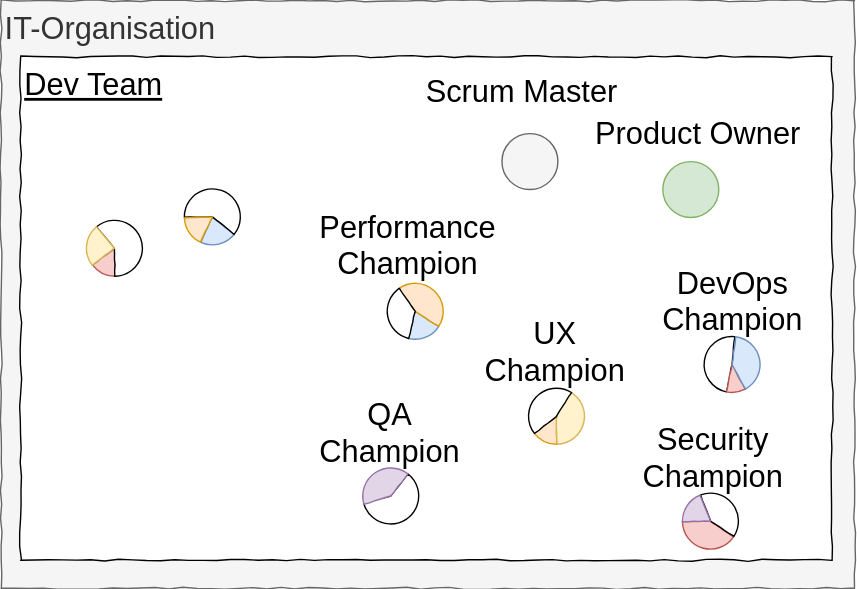
iteratec/techcamp-devops-slides keeps this draw.io diagram as img/diagram_42.svg. Above is the earlier version. Source tidied: cells renumbered, new cells last; positions are measured from the earlier drawing's top-left corner, leaving out a move shared by most shapes. Source of this version:
```xml
<mxGraphModel>
  <root>
    <mxCell id="0" />
    <mxCell id="1" parent="0" />
    <mxCell id="2" value="IT-Organisation" style="rounded=0;whiteSpace=wrap;html=1;comic=1;fontSize=22;align=left;verticalAlign=top;fillColor=#f5f5f5;strokeColor=#666666;fontColor=#333333;" parent="1" vertex="1">
      <mxGeometry width="610" height="420" as="geometry" />
    </mxCell>
    <mxCell id="3" value="Dev Team" style="rounded=0;whiteSpace=wrap;html=1;comic=1;fontSize=22;align=left;verticalAlign=top;fontStyle=4;" parent="1" vertex="1">
      <mxGeometry x="14" y="40" width="580" height="360" as="geometry" />
    </mxCell>
    <mxCell id="4" style="ellipse;whiteSpace=wrap;html=1;rounded=0;shadow=0;glass=0;comic=1;strokeColor=#666666;strokeWidth=1;fillColor=#f5f5f5;fontSize=22;align=left;fontColor=#333333;" parent="1" vertex="1">
      <mxGeometry x="358" y="95" width="40" height="40" as="geometry" />
    </mxCell>
    <mxCell id="5" style="ellipse;whiteSpace=wrap;html=1;rounded=0;shadow=0;glass=0;comic=1;strokeColor=#82b366;strokeWidth=1;fillColor=#d5e8d4;fontSize=22;align=left;" parent="1" vertex="1">
      <mxGeometry x="473" y="115" width="40" height="40" as="geometry" />
    </mxCell>
    <mxCell id="6" value="Scrum Master" style="text;html=1;align=left;verticalAlign=top;spacingTop=-4;fontSize=22;" parent="1" vertex="1">
      <mxGeometry x="301.5" y="50" width="150" height="30" as="geometry" />
    </mxCell>
    <mxCell id="7" value="Product Owner" style="text;html=1;align=left;verticalAlign=top;spacingTop=-4;fontSize=22;" parent="1" vertex="1">
      <mxGeometry x="423" y="80" width="160" height="30" as="geometry" />
    </mxCell>
    <mxCell id="8" style="verticalLabelPosition=bottom;verticalAlign=top;html=1;shape=mxgraph.basic.pie;startAngle=0.5;endAngle=0.6496054410100788;rounded=0;shadow=0;glass=0;comic=1;strokeColor=#b85450;strokeWidth=1;fillColor=#f8cecc;fontSize=22;align=left;" parent="1" vertex="1">
      <mxGeometry x="61.5" y="157" width="40" height="40" as="geometry" />
    </mxCell>
    <mxCell id="9" style="verticalLabelPosition=bottom;verticalAlign=top;html=1;shape=mxgraph.basic.pie;startAngle=0.1396324920223451;endAngle=0.7468173254495136;rounded=0;shadow=0;glass=0;comic=1;strokeColor=#000000;strokeWidth=1;fillColor=#ffffff;gradientColor=#ffffff;fontSize=22;align=left;rotation=-90;" parent="1" vertex="1">
      <mxGeometry x="61" y="157" width="40" height="40" as="geometry" />
    </mxCell>
    <mxCell id="10" style="verticalLabelPosition=bottom;verticalAlign=top;html=1;shape=mxgraph.basic.pie;startAngle=0.14637792145004605;endAngle=0.3896324920223451;rounded=0;shadow=0;glass=0;comic=1;strokeColor=#d6b656;strokeWidth=1;fillColor=#fff2cc;fontSize=22;align=left;rotation=-180;" parent="1" vertex="1">
      <mxGeometry x="61" y="157" width="40" height="40" as="geometry" />
    </mxCell>
    <mxCell id="11" style="verticalLabelPosition=bottom;verticalAlign=top;html=1;shape=mxgraph.basic.pie;startAngle=0.3585235363196673;endAngle=0.5672992925498727;rounded=0;shadow=0;glass=0;comic=1;strokeColor=#6c8ebf;strokeWidth=1;fillColor=#dae8fc;fontSize=22;align=left;" parent="1" vertex="1">
      <mxGeometry x="131" y="134.5" width="40" height="40" as="geometry" />
    </mxCell>
    <mxCell id="12" style="verticalLabelPosition=bottom;verticalAlign=top;html=1;shape=mxgraph.basic.pie;startAngle=0.9984085036175459;endAngle=0.6078912138079359;rounded=0;shadow=0;glass=0;comic=1;strokeColor=#000000;strokeWidth=1;fillColor=#ffffff;gradientColor=#ffffff;fontSize=22;align=left;rotation=-90;" parent="1" vertex="1">
      <mxGeometry x="131" y="134.5" width="40" height="40" as="geometry" />
    </mxCell>
    <mxCell id="13" style="verticalLabelPosition=bottom;verticalAlign=top;html=1;shape=mxgraph.basic.pie;startAngle=0.06992645701258379;endAngle=0.24344062594951216;rounded=0;shadow=0;glass=0;comic=1;strokeColor=#d79b00;strokeWidth=1;fillColor=#ffe6cc;fontSize=22;align=left;rotation=-180;" parent="1" vertex="1">
      <mxGeometry x="131" y="134.5" width="40" height="40" as="geometry" />
    </mxCell>
    <mxCell id="14" style="verticalLabelPosition=bottom;verticalAlign=top;html=1;shape=mxgraph.basic.pie;startAngle=0.3563042112927343;endAngle=0.9580289579934987;rounded=0;shadow=0;glass=0;comic=1;strokeColor=#000000;strokeWidth=1;fillColor=#ffffff;gradientColor=#ffffff;fontSize=22;align=left;rotation=-90;" parent="1" vertex="1">
      <mxGeometry x="258.5" y="334" width="40" height="40" as="geometry" />
    </mxCell>
    <mxCell id="15" style="verticalLabelPosition=bottom;verticalAlign=top;html=1;shape=mxgraph.basic.pie;startAngle=0.2021571216913015;endAngle=0.6045423715417149;rounded=0;shadow=0;glass=0;comic=1;strokeColor=#9673a6;strokeWidth=1;fillColor=#e1d5e7;fontSize=22;align=left;rotation=-180;" parent="1" vertex="1">
      <mxGeometry x="258.5" y="334" width="40" height="40" as="geometry" />
    </mxCell>
    <mxCell id="16" style="verticalLabelPosition=bottom;verticalAlign=top;html=1;shape=mxgraph.basic.pie;startAngle=0.34504361703454833;endAngle=0.7468173254495136;rounded=0;shadow=0;glass=0;comic=1;strokeColor=#b85450;strokeWidth=1;fillColor=#f8cecc;fontSize=22;align=left;" parent="1" vertex="1">
      <mxGeometry x="487" y="352" width="40" height="40" as="geometry" />
    </mxCell>
    <mxCell id="17" style="verticalLabelPosition=bottom;verticalAlign=top;html=1;shape=mxgraph.basic.pie;startAngle=0.19359868413899878;endAngle=0.5917329654327684;rounded=0;shadow=0;glass=0;comic=1;strokeColor=#000000;strokeWidth=1;fillColor=#ffffff;gradientColor=#ffffff;fontSize=22;align=left;rotation=-90;" parent="1" vertex="1">
      <mxGeometry x="487" y="352" width="40" height="40" as="geometry" />
    </mxCell>
    <mxCell id="18" style="verticalLabelPosition=bottom;verticalAlign=top;html=1;shape=mxgraph.basic.pie;startAngle=0.2468173254495136;endAngle=0.4380732523341831;rounded=0;shadow=0;glass=0;comic=1;strokeColor=#9673a6;strokeWidth=1;fillColor=#e1d5e7;fontSize=22;align=left;rotation=-180;" parent="1" vertex="1">
      <mxGeometry x="487" y="352" width="40" height="40" as="geometry" />
    </mxCell>
    <mxCell id="19" style="verticalLabelPosition=bottom;verticalAlign=top;html=1;shape=mxgraph.basic.pie;startAngle=0.5324704699317755;endAngle=0.014285457105234005;rounded=0;shadow=0;glass=0;comic=1;strokeColor=#000000;strokeWidth=1;fillColor=#ffffff;gradientColor=#ffffff;fontSize=22;align=left;" parent="1" vertex="1">
      <mxGeometry x="502.5" y="240" width="40" height="40" as="geometry" />
    </mxCell>
    <mxCell id="20" style="verticalLabelPosition=bottom;verticalAlign=top;html=1;shape=mxgraph.basic.pie;startAngle=0.6729605819305962;endAngle=0.7824704699317755;rounded=0;shadow=0;glass=0;comic=1;strokeColor=#b85450;strokeWidth=1;fillColor=#f8cecc;fontSize=22;align=left;rotation=-90;" parent="1" vertex="1">
      <mxGeometry x="502.5" y="240" width="40" height="40" as="geometry" />
    </mxCell>
    <mxCell id="21" style="verticalLabelPosition=bottom;verticalAlign=top;html=1;shape=mxgraph.basic.pie;startAngle=0.5205747559124867;endAngle=0.9211970936297817;rounded=0;shadow=0;glass=0;comic=1;strokeColor=#6c8ebf;strokeWidth=1;fillColor=#dae8fc;fontSize=22;align=left;rotation=-180;" parent="1" vertex="1">
      <mxGeometry x="502.5" y="240" width="40" height="40" as="geometry" />
    </mxCell>
    <mxCell id="22" style="verticalLabelPosition=bottom;verticalAlign=top;html=1;shape=mxgraph.basic.pie;startAngle=0.5;endAngle=0.6470651994738623;rounded=0;shadow=0;glass=0;comic=1;strokeColor=#d79b00;strokeWidth=1;fillColor=#ffe6cc;fontSize=22;align=left;" parent="1" vertex="1">
      <mxGeometry x="377" y="277" width="40" height="40" as="geometry" />
    </mxCell>
    <mxCell id="23" style="verticalLabelPosition=bottom;verticalAlign=top;html=1;shape=mxgraph.basic.pie;startAngle=0.3222688415021494;endAngle=0.7468173254495136;rounded=0;shadow=0;glass=0;comic=1;strokeColor=#d6b656;strokeWidth=1;fillColor=#fff2cc;fontSize=22;align=left;rotation=-90;" parent="1" vertex="1">
      <mxGeometry x="377" y="277" width="40" height="40" as="geometry" />
    </mxCell>
    <mxCell id="24" style="verticalLabelPosition=bottom;verticalAlign=top;html=1;shape=mxgraph.basic.pie;startAngle=0.1445715809024097;endAngle=0.5889038422446764;rounded=0;shadow=0;glass=0;comic=1;strokeColor=#000000;strokeWidth=1;fillColor=#ffffff;gradientColor=#ffffff;fontSize=22;align=left;rotation=-180;" parent="1" vertex="1">
      <mxGeometry x="377" y="277" width="40" height="40" as="geometry" />
    </mxCell>
    <mxCell id="25" style="verticalLabelPosition=bottom;verticalAlign=top;html=1;shape=mxgraph.basic.pie;startAngle=0.34167527970021233;endAngle=0.5419710420065014;rounded=0;shadow=0;glass=0;comic=1;strokeColor=#6c8ebf;strokeWidth=1;fillColor=#dae8fc;fontSize=22;align=left;" parent="1" vertex="1">
      <mxGeometry x="276" y="202" width="40" height="40" as="geometry" />
    </mxCell>
    <mxCell id="26" style="verticalLabelPosition=bottom;verticalAlign=top;html=1;shape=mxgraph.basic.pie;startAngle=0.14510256118324447;endAngle=0.5911426855501892;rounded=0;shadow=0;glass=0;comic=1;strokeColor=#d79b00;strokeWidth=1;fillColor=#ffe6cc;fontSize=22;align=left;rotation=-90;" parent="1" vertex="1">
      <mxGeometry x="276" y="202" width="40" height="40" as="geometry" />
    </mxCell>
    <mxCell id="27" style="verticalLabelPosition=bottom;verticalAlign=top;html=1;shape=mxgraph.basic.pie;startAngle=0.03748814800221059;endAngle=0.4031240879316606;rounded=0;shadow=0;glass=0;comic=1;strokeWidth=1;fontSize=22;align=left;rotation=-180;" parent="1" vertex="1">
      <mxGeometry x="276" y="202" width="40" height="40" as="geometry" />
    </mxCell>
    <mxCell id="28" value="&lt;div&gt;Performance&lt;/div&gt;&lt;div align=&quot;center&quot;&gt;Champion&lt;br&gt;&lt;/div&gt;" style="text;html=1;align=center;verticalAlign=top;spacingTop=-4;fontSize=22;" parent="1" vertex="1">
      <mxGeometry x="220" y="147" width="140" height="50" as="geometry" />
    </mxCell>
    <mxCell id="29" value="&lt;div&gt;UX&lt;/div&gt;&lt;div&gt;Champion&lt;/div&gt;" style="text;html=1;align=center;verticalAlign=top;spacingTop=-4;fontSize=22;" parent="1" vertex="1">
      <mxGeometry x="341" y="223" width="110" height="50" as="geometry" />
    </mxCell>
    <mxCell id="30" value="&lt;div&gt;DevOps&lt;/div&gt;&lt;div&gt;Champion&lt;br&gt;&lt;/div&gt;" style="text;html=1;align=center;verticalAlign=top;spacingTop=-4;fontSize=22;" parent="1" vertex="1">
      <mxGeometry x="468" y="187" width="110" height="50" as="geometry" />
    </mxCell>
    <mxCell id="31" value="&lt;div&gt;Security&lt;/div&gt;&lt;div&gt;Champion&lt;br&gt;&lt;/div&gt;" style="text;html=1;align=center;verticalAlign=top;spacingTop=-4;fontSize=22;" parent="1" vertex="1">
      <mxGeometry x="453.5" y="298.5" width="110" height="50" as="geometry" />
    </mxCell>
    <mxCell id="32" value="&lt;div&gt;QA&lt;/div&gt;&lt;div&gt;Champion&lt;br&gt;&lt;/div&gt;" style="text;html=1;align=center;verticalAlign=top;spacingTop=-4;fontSize=22;" parent="1" vertex="1">
      <mxGeometry x="222.5" y="280.5" width="110" height="50" as="geometry" />
    </mxCell>
  </root>
</mxGraphModel>
```
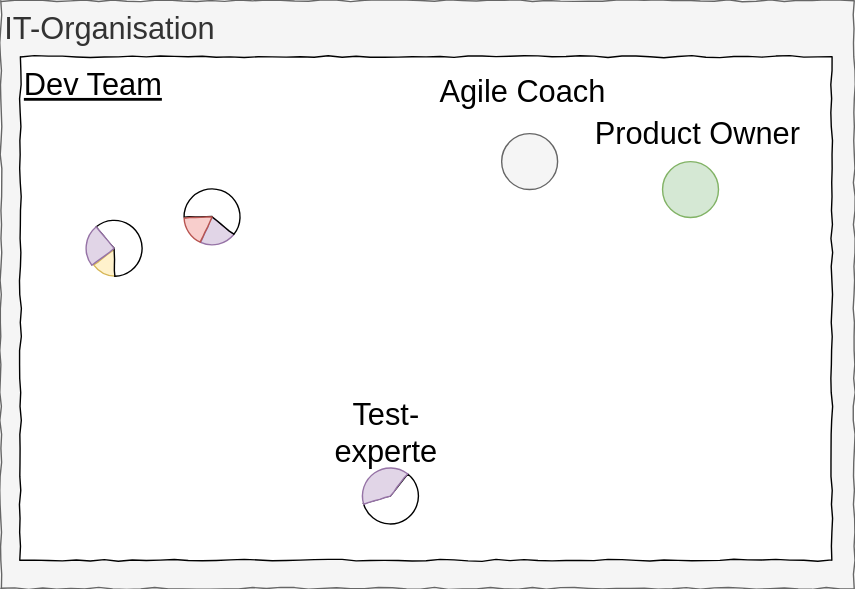
After the commit.

What changed in the source:
```diff
@@ -14,28 +14,28 @@
     <mxCell id="5" style="ellipse;whiteSpace=wrap;html=1;rounded=0;shadow=0;glass=0;comic=1;strokeColor=#82b366;strokeWidth=1;fillColor=#d5e8d4;fontSize=22;align=left;" parent="1" vertex="1">
       <mxGeometry x="473" y="115" width="40" height="40" as="geometry" />
     </mxCell>
-    <mxCell id="6" value="Scrum Master" style="text;html=1;align=left;verticalAlign=top;spacingTop=-4;fontSize=22;" parent="1" vertex="1">
-      <mxGeometry x="301.5" y="50" width="150" height="30" as="geometry" />
+    <mxCell id="6" value="Agile Coach" style="text;html=1;align=left;verticalAlign=top;spacingTop=-4;fontSize=22;" parent="1" vertex="1">
+      <mxGeometry x="311.5" y="50" width="130" height="30" as="geometry" />
     </mxCell>
     <mxCell id="7" value="Product Owner" style="text;html=1;align=left;verticalAlign=top;spacingTop=-4;fontSize=22;" parent="1" vertex="1">
       <mxGeometry x="423" y="80" width="160" height="30" as="geometry" />
     </mxCell>
-    <mxCell id="8" style="verticalLabelPosition=bottom;verticalAlign=top;html=1;shape=mxgraph.basic.pie;startAngle=0.5;endAngle=0.6496054410100788;rounded=0;shadow=0;glass=0;comic=1;strokeColor=#b85450;strokeWidth=1;fillColor=#f8cecc;fontSize=22;align=left;" parent="1" vertex="1">
-      <mxGeometry x="61.5" y="157" width="40" height="40" as="geometry" />
+    <mxCell id="8" style="verticalLabelPosition=bottom;verticalAlign=top;html=1;shape=mxgraph.basic.pie;startAngle=0.5;endAngle=0.6496054410100788;rounded=0;shadow=0;glass=0;comic=1;strokeColor=#d6b656;strokeWidth=1;fillColor=#fff2cc;fontSize=22;align=left;" parent="1" vertex="1">
+      <mxGeometry x="62.5" y="157" width="40" height="40" as="geometry" />
     </mxCell>
     <mxCell id="9" style="verticalLabelPosition=bottom;verticalAlign=top;html=1;shape=mxgraph.basic.pie;startAngle=0.1396324920223451;endAngle=0.7468173254495136;rounded=0;shadow=0;glass=0;comic=1;strokeColor=#000000;strokeWidth=1;fillColor=#ffffff;gradientColor=#ffffff;fontSize=22;align=left;rotation=-90;" parent="1" vertex="1">
       <mxGeometry x="61" y="157" width="40" height="40" as="geometry" />
     </mxCell>
-    <mxCell id="10" style="verticalLabelPosition=bottom;verticalAlign=top;html=1;shape=mxgraph.basic.pie;startAngle=0.14637792145004605;endAngle=0.3896324920223451;rounded=0;shadow=0;glass=0;comic=1;strokeColor=#d6b656;strokeWidth=1;fillColor=#fff2cc;fontSize=22;align=left;rotation=-180;" parent="1" vertex="1">
+    <mxCell id="10" style="verticalLabelPosition=bottom;verticalAlign=top;html=1;shape=mxgraph.basic.pie;startAngle=0.14637792145004605;endAngle=0.3896324920223451;rounded=0;shadow=0;glass=0;comic=1;strokeColor=#9673a6;strokeWidth=1;fillColor=#e1d5e7;fontSize=22;align=left;rotation=-180;" parent="1" vertex="1">
       <mxGeometry x="61" y="157" width="40" height="40" as="geometry" />
     </mxCell>
-    <mxCell id="11" style="verticalLabelPosition=bottom;verticalAlign=top;html=1;shape=mxgraph.basic.pie;startAngle=0.3585235363196673;endAngle=0.5672992925498727;rounded=0;shadow=0;glass=0;comic=1;strokeColor=#6c8ebf;strokeWidth=1;fillColor=#dae8fc;fontSize=22;align=left;" parent="1" vertex="1">
+    <mxCell id="11" style="verticalLabelPosition=bottom;verticalAlign=top;html=1;shape=mxgraph.basic.pie;startAngle=0.3585235363196673;endAngle=0.5672992925498727;rounded=0;shadow=0;glass=0;comic=1;strokeColor=#9673a6;strokeWidth=1;fillColor=#e1d5e7;fontSize=22;align=left;" parent="1" vertex="1">
       <mxGeometry x="131" y="134.5" width="40" height="40" as="geometry" />
     </mxCell>
     <mxCell id="12" style="verticalLabelPosition=bottom;verticalAlign=top;html=1;shape=mxgraph.basic.pie;startAngle=0.9984085036175459;endAngle=0.6078912138079359;rounded=0;shadow=0;glass=0;comic=1;strokeColor=#000000;strokeWidth=1;fillColor=#ffffff;gradientColor=#ffffff;fontSize=22;align=left;rotation=-90;" parent="1" vertex="1">
       <mxGeometry x="131" y="134.5" width="40" height="40" as="geometry" />
     </mxCell>
-    <mxCell id="13" style="verticalLabelPosition=bottom;verticalAlign=top;html=1;shape=mxgraph.basic.pie;startAngle=0.06992645701258379;endAngle=0.24344062594951216;rounded=0;shadow=0;glass=0;comic=1;strokeColor=#d79b00;strokeWidth=1;fillColor=#ffe6cc;fontSize=22;align=left;rotation=-180;" parent="1" vertex="1">
+    <mxCell id="13" style="verticalLabelPosition=bottom;verticalAlign=top;html=1;shape=mxgraph.basic.pie;startAngle=0.06992645701258379;endAngle=0.24344062594951216;rounded=0;shadow=0;glass=0;comic=1;strokeColor=#b85450;strokeWidth=1;fillColor=#f8cecc;fontSize=22;align=left;rotation=-180;" parent="1" vertex="1">
       <mxGeometry x="131" y="134.5" width="40" height="40" as="geometry" />
     </mxCell>
     <mxCell id="14" style="verticalLabelPosition=bottom;verticalAlign=top;html=1;shape=mxgraph.basic.pie;startAngle=0.3563042112927343;endAngle=0.9580289579934987;rounded=0;shadow=0;glass=0;comic=1;strokeColor=#000000;strokeWidth=1;fillColor=#ffffff;gradientColor=#ffffff;fontSize=22;align=left;rotation=-90;" parent="1" vertex="1">
@@ -44,56 +44,8 @@
     <mxCell id="15" style="verticalLabelPosition=bottom;verticalAlign=top;html=1;shape=mxgraph.basic.pie;startAngle=0.2021571216913015;endAngle=0.6045423715417149;rounded=0;shadow=0;glass=0;comic=1;strokeColor=#9673a6;strokeWidth=1;fillColor=#e1d5e7;fontSize=22;align=left;rotation=-180;" parent="1" vertex="1">
       <mxGeometry x="258.5" y="334" width="40" height="40" as="geometry" />
     </mxCell>
-    <mxCell id="16" style="verticalLabelPosition=bottom;verticalAlign=top;html=1;shape=mxgraph.basic.pie;startAngle=0.34504361703454833;endAngle=0.7468173254495136;rounded=0;shadow=0;glass=0;comic=1;strokeColor=#b85450;strokeWidth=1;fillColor=#f8cecc;fontSize=22;align=left;" parent="1" vertex="1">
-      <mxGeometry x="487" y="352" width="40" height="40" as="geometry" />
+    <mxCell id="16" value="&lt;div&gt;Test-&lt;/div&gt;&lt;div&gt;experte&lt;br&gt;&lt;/div&gt;" style="text;html=1;align=center;verticalAlign=top;spacingTop=-4;fontSize=22;" parent="1" vertex="1">
+      <mxGeometry x="229.5" y="280.5" width="90" height="50" as="geometry" />
     </mxCell>
-    <mxCell id="17" style="verticalLabelPosition=bottom;verticalAlign=top;html=1;shape=mxgraph.basic.pie;startAngle=0.19359868413899878;endAngle=0.5917329654327684;rounded=0;shadow=0;glass=0;comic=1;strokeColor=#000000;strokeWidth=1;fillColor=#ffffff;gradientColor=#ffffff;fontSize=22;align=left;rotation=-90;" parent="1" vertex="1">
-      <mxGeometry x="487" y="352" width="40" height="40" as="geometry" />
-    </mxCell>
-    <mxCell id="18" style="verticalLabelPosition=bottom;verticalAlign=top;html=1;shape=mxgraph.basic.pie;startAngle=0.2468173254495136;endAngle=0.4380732523341831;rounded=0;shadow=0;glass=0;comic=1;strokeColor=#9673a6;strokeWidth=1;fillColor=#e1d5e7;fontSize=22;align=left;rotation=-180;" parent="1" vertex="1">
-      <mxGeometry x="487" y="352" width="40" height="40" as="geometry" />
-    </mxCell>
-    <mxCell id="19" style="verticalLabelPosition=bottom;verticalAlign=top;html=1;shape=mxgraph.basic.pie;startAngle=0.5324704699317755;endAngle=0.014285457105234005;rounded=0;shadow=0;glass=0;comic=1;strokeColor=#000000;strokeWidth=1;fillColor=#ffffff;gradientColor=#ffffff;fontSize=22;align=left;" parent="1" vertex="1">
-      <mxGeometry x="502.5" y="240" width="40" height="40" as="geometry" />
-    </mxCell>
-    <mxCell id="20" style="verticalLabelPosition=bottom;verticalAlign=top;html=1;shape=mxgraph.basic.pie;startAngle=0.6729605819305962;endAngle=0.7824704699317755;rounded=0;shadow=0;glass=0;comic=1;strokeColor=#b85450;strokeWidth=1;fillColor=#f8cecc;fontSize=22;align=left;rotation=-90;" parent="1" vertex="1">
-      <mxGeometry x="502.5" y="240" width="40" height="40" as="geometry" />
-    </mxCell>
-    <mxCell id="21" style="verticalLabelPosition=bottom;verticalAlign=top;html=1;shape=mxgraph.basic.pie;startAngle=0.5205747559124867;endAngle=0.9211970936297817;rounded=0;shadow=0;glass=0;comic=1;strokeColor=#6c8ebf;strokeWidth=1;fillColor=#dae8fc;fontSize=22;align=left;rotation=-180;" parent="1" vertex="1">
-      <mxGeometry x="502.5" y="240" width="40" height="40" as="geometry" />
-    </mxCell>
-    <mxCell id="22" style="verticalLabelPosition=bottom;verticalAlign=top;html=1;shape=mxgraph.basic.pie;startAngle=0.5;endAngle=0.6470651994738623;rounded=0;shadow=0;glass=0;comic=1;strokeColor=#d79b00;strokeWidth=1;fillColor=#ffe6cc;fontSize=22;align=left;" parent="1" vertex="1">
-      <mxGeometry x="377" y="277" width="40" height="40" as="geometry" />
-    </mxCell>
-    <mxCell id="23" style="verticalLabelPosition=bottom;verticalAlign=top;html=1;shape=mxgraph.basic.pie;startAngle=0.3222688415021494;endAngle=0.7468173254495136;rounded=0;shadow=0;glass=0;comic=1;strokeColor=#d6b656;strokeWidth=1;fillColor=#fff2cc;fontSize=22;align=left;rotation=-90;" parent="1" vertex="1">
-      <mxGeometry x="377" y="277" width="40" height="40" as="geometry" />
-    </mxCell>
-    <mxCell id="24" style="verticalLabelPosition=bottom;verticalAlign=top;html=1;shape=mxgraph.basic.pie;startAngle=0.1445715809024097;endAngle=0.5889038422446764;rounded=0;shadow=0;glass=0;comic=1;strokeColor=#000000;strokeWidth=1;fillColor=#ffffff;gradientColor=#ffffff;fontSize=22;align=left;rotation=-180;" parent="1" vertex="1">
-      <mxGeometry x="377" y="277" width="40" height="40" as="geometry" />
-    </mxCell>
-    <mxCell id="25" style="verticalLabelPosition=bottom;verticalAlign=top;html=1;shape=mxgraph.basic.pie;startAngle=0.34167527970021233;endAngle=0.5419710420065014;rounded=0;shadow=0;glass=0;comic=1;strokeColor=#6c8ebf;strokeWidth=1;fillColor=#dae8fc;fontSize=22;align=left;" parent="1" vertex="1">
-      <mxGeometry x="276" y="202" width="40" height="40" as="geometry" />
-    </mxCell>
-    <mxCell id="26" style="verticalLabelPosition=bottom;verticalAlign=top;html=1;shape=mxgraph.basic.pie;startAngle=0.14510256118324447;endAngle=0.5911426855501892;rounded=0;shadow=0;glass=0;comic=1;strokeColor=#d79b00;strokeWidth=1;fillColor=#ffe6cc;fontSize=22;align=left;rotation=-90;" parent="1" vertex="1">
-      <mxGeometry x="276" y="202" width="40" height="40" as="geometry" />
-    </mxCell>
-    <mxCell id="27" style="verticalLabelPosition=bottom;verticalAlign=top;html=1;shape=mxgraph.basic.pie;startAngle=0.03748814800221059;endAngle=0.4031240879316606;rounded=0;shadow=0;glass=0;comic=1;strokeWidth=1;fontSize=22;align=left;rotation=-180;" parent="1" vertex="1">
-      <mxGeometry x="276" y="202" width="40" height="40" as="geometry" />
-    </mxCell>
-    <mxCell id="28" value="&lt;div&gt;Performance&lt;/div&gt;&lt;div align=&quot;center&quot;&gt;Champion&lt;br&gt;&lt;/div&gt;" style="text;html=1;align=center;verticalAlign=top;spacingTop=-4;fontSize=22;" parent="1" vertex="1">
-      <mxGeometry x="220" y="147" width="140" height="50" as="geometry" />
-    </mxCell>
-    <mxCell id="29" value="&lt;div&gt;UX&lt;/div&gt;&lt;div&gt;Champion&lt;/div&gt;" style="text;html=1;align=center;verticalAlign=top;spacingTop=-4;fontSize=22;" parent="1" vertex="1">
-      <mxGeometry x="341" y="223" width="110" height="50" as="geometry" />
-    </mxCell>
-    <mxCell id="30" value="&lt;div&gt;DevOps&lt;/div&gt;&lt;div&gt;Champion&lt;br&gt;&lt;/div&gt;" style="text;html=1;align=center;verticalAlign=top;spacingTop=-4;fontSize=22;" parent="1" vertex="1">
-      <mxGeometry x="468" y="187" width="110" height="50" as="geometry" />
-    </mxCell>
-    <mxCell id="31" value="&lt;div&gt;Security&lt;/div&gt;&lt;div&gt;Champion&lt;br&gt;&lt;/div&gt;" style="text;html=1;align=center;verticalAlign=top;spacingTop=-4;fontSize=22;" parent="1" vertex="1">
-      <mxGeometry x="453.5" y="298.5" width="110" height="50" as="geometry" />
-    </mxCell>
-    <mxCell id="32" value="&lt;div&gt;QA&lt;/div&gt;&lt;div&gt;Champion&lt;br&gt;&lt;/div&gt;" style="text;html=1;align=center;verticalAlign=top;spacingTop=-4;fontSize=22;" parent="1" vertex="1">
-      <mxGeometry x="222.5" y="280.5" width="110" height="50" as="geometry" />
-    </mxCell>
   </root>
 </mxGraphModel>
```
